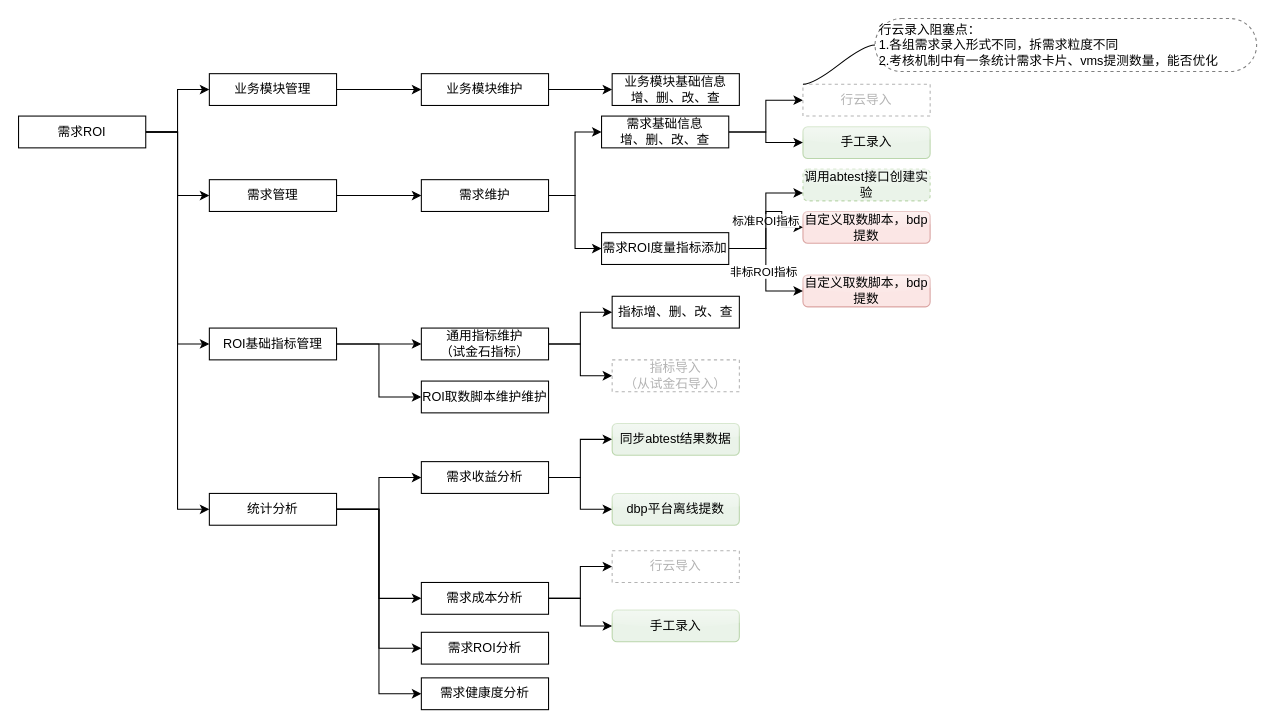
Above: page "功能结构图" (3 of 6) of 需求ROI评估.drawio in lihongliang1989/diagram (draw.io), before the change. Source tidied: cells renumbered, new cells numbered last; positions are measured from the earlier drawing's top-left corner, leaving out a move shared by most shapes. Both pictures are drawn from the tidied source at 106%, with x=0, y=0 at pixel (18, 18).
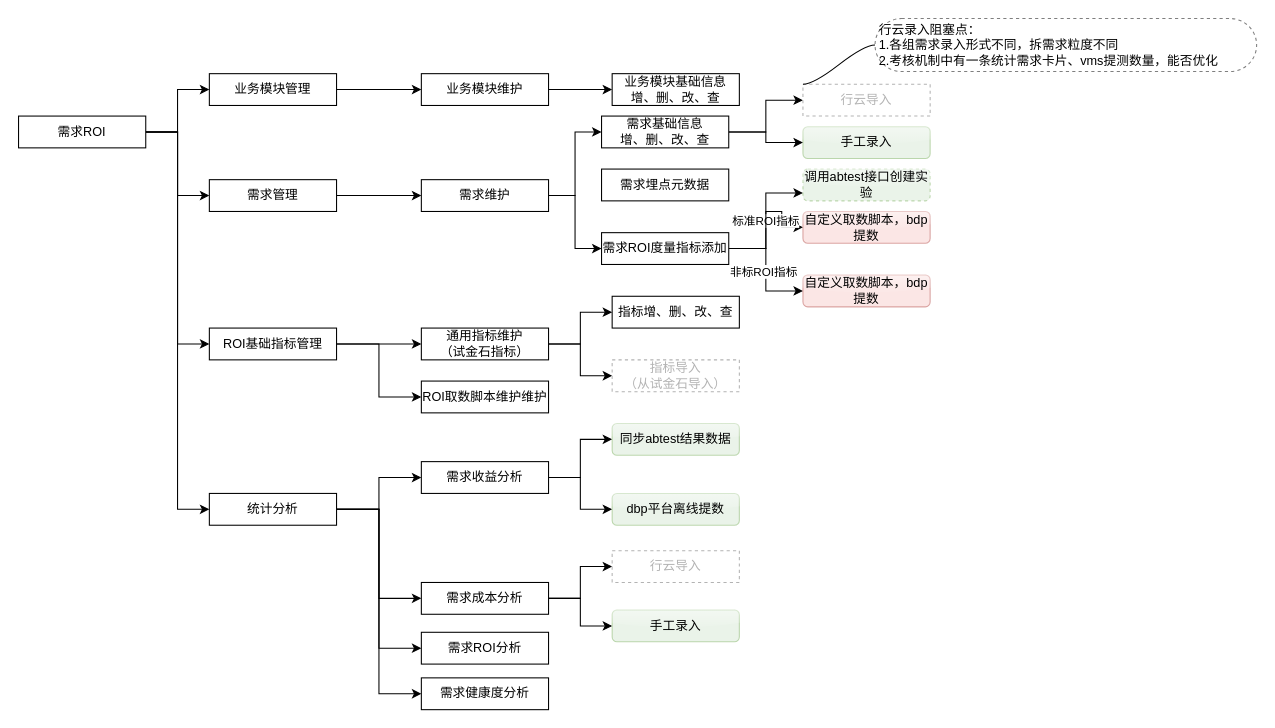
The same page after the edit.

Diff of the diagram source:
```diff
@@
+    <mxCell id="59" value="需求埋点元数据" style="rounded=0;whiteSpace=wrap;html=1;gradientColor=none;" parent="1" vertex="1">
+      <mxGeometry x="550" y="142" width="120" height="30" as="geometry" />
+    </mxCell>
```
